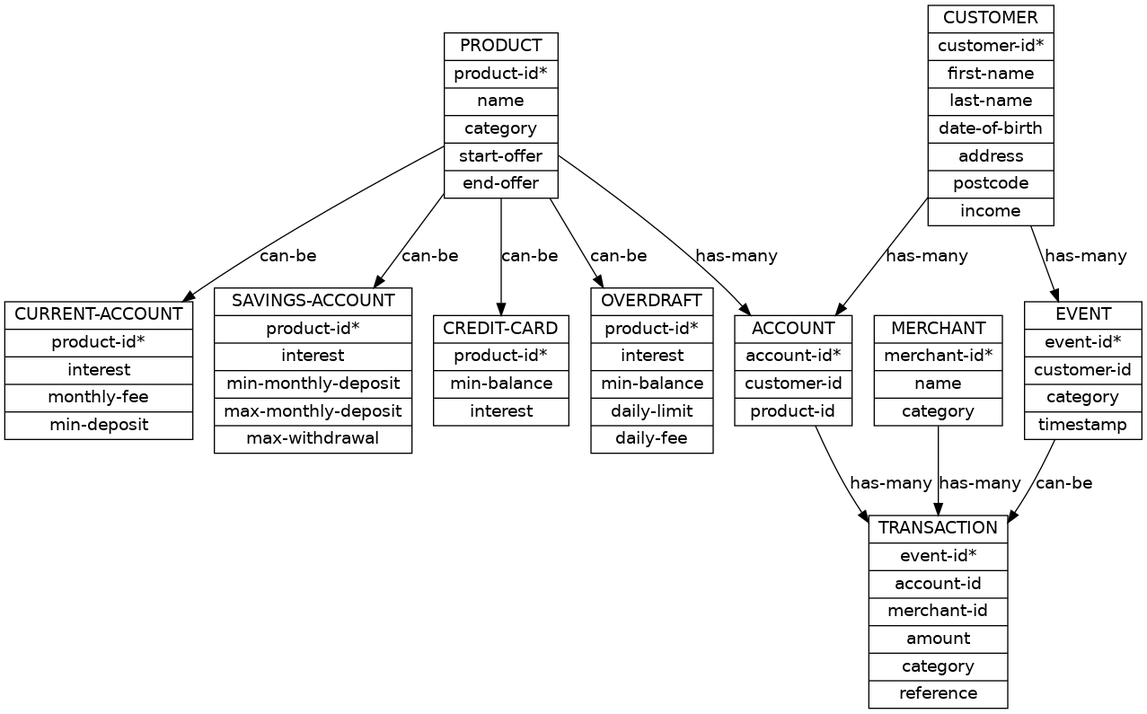
Earlier version of the Graphviz export schema.dot.png (kaidaniel/uom_data). Its source is kept beside it as schema.dot. Its diagram source:
```dot
digraph DatabaseSchema {
    node[shape=record, fontname="Calibri"];
    edge[fontname="Calibri"];
    Product [label="{PRODUCT|product-id*|name|category|start-offer|end-offer}"];
    CurrentAccount [label="{CURRENT-ACCOUNT|product-id*|interest|monthly-fee|min-deposit}"];
    SavingsAccount [label="{SAVINGS-ACCOUNT|product-id*|interest|min-monthly-deposit|max-monthly-deposit|max-withdrawal}"];
    CreditCard [label="{CREDIT-CARD|product-id*|min-balance|interest}"];
    Overdraft [label="{OVERDRAFT|product-id*|interest|min-balance|daily-limit|daily-fee}"]
    Customer [label="{CUSTOMER|customer-id*|first-name|last-name|date-of-birth|address|postcode|income}"];
    Account [label="{ACCOUNT|account-id*|customer-id|product-id}"];
    Transaction [label="{TRANSACTION|event-id*|account-id|merchant-id|amount|category|reference}"];
    Merchant [label="{MERCHANT|merchant-id*|name|category}"]
    Event [label="{EVENT|event-id*|customer-id|category|timestamp}"]

    Product -> SavingsAccount [label="can-be"];
    Product -> CurrentAccount [label="can-be"];
    Product -> CreditCard [label="can-be"];
    Product -> Overdraft [label="can-be"];
    Product -> Account [label="has-many"];

    Customer -> Account [label="has-many"];
    Customer -> Event [label="has-many"];
    Account -> Transaction [label="has-many"];
    Merchant -> Transaction [label="has-many"];
    Event -> Transaction [label="can-be"];
}
```
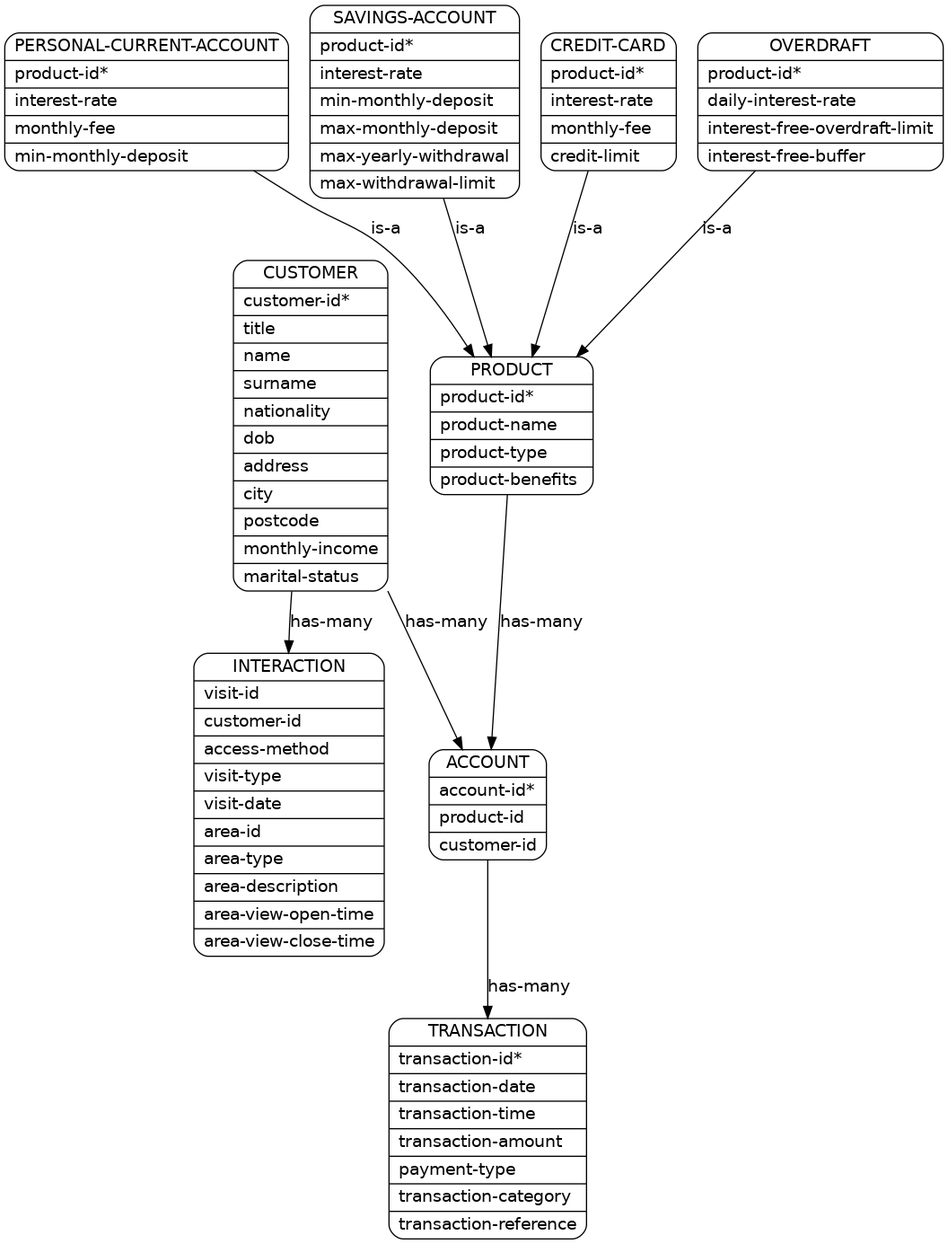
After the change.

Diff of the diagram source:
```diff
@@ -1,26 +1,84 @@
 digraph DatabaseSchema {
-    node[shape=record, fontname="Calibri"];
+    node[shape=Mrecord, fontname="Calibri"];
     edge[fontname="Calibri"];
-    Product [label="{PRODUCT|product-id*|name|category|start-offer|end-offer}"];
-    CurrentAccount [label="{CURRENT-ACCOUNT|product-id*|interest|monthly-fee|min-deposit}"];
-    SavingsAccount [label="{SAVINGS-ACCOUNT|product-id*|interest|min-monthly-deposit|max-monthly-deposit|max-withdrawal}"];
-    CreditCard [label="{CREDIT-CARD|product-id*|min-balance|interest}"];
-    Overdraft [label="{OVERDRAFT|product-id*|interest|min-balance|daily-limit|daily-fee}"]
-    Customer [label="{CUSTOMER|customer-id*|first-name|last-name|date-of-birth|address|postcode|income}"];
-    Account [label="{ACCOUNT|account-id*|customer-id|product-id}"];
-    Transaction [label="{TRANSACTION|event-id*|account-id|merchant-id|amount|category|reference}"];
-    Merchant [label="{MERCHANT|merchant-id*|name|category}"]
-    Event [label="{EVENT|event-id*|customer-id|category|timestamp}"]
+    Product [label="{PRODUCT
+        |product-id* \l
+        |product-name \l
+        |product-type \l
+        |product-benefits \l}"];
+    PersonalCurrentAccount [label="{PERSONAL-CURRENT-ACCOUNT
+        |product-id*\l
+        |interest-rate\l
+        |monthly-fee\l
+        |min-monthly-deposit\l}"];
+    SavingsAccount [label="{SAVINGS-ACCOUNT
+        |product-id*\l
+        |interest-rate\l
+        |min-monthly-deposit\l
+        |max-monthly-deposit\l
+        |max-yearly-withdrawal\l
+        |max-withdrawal-limit\l}"];
+    CreditCard [label="{CREDIT-CARD
+        |product-id*\l
+        |interest-rate\l
+        |monthly-fee\l
+        |credit-limit\l}"];
+    Overdraft [label="{OVERDRAFT
+        |product-id*\l
+        |daily-interest-rate\l
+        |interest-free-overdraft-limit\l
+        |interest-free-buffer\l}"]
+    Customer [label="{CUSTOMER
+        |customer-id*\l
+        |title\l
+        |name\l
+        |surname\l
+        |nationality\l
+        |dob\l
+        |address\l
+        |city\l
+        |postcode\l
+        |monthly-income\l
+        |marital-status\l}"];
+    Account [label="{ACCOUNT
+        |account-id*\l
+        |product-id\l
+        |customer-id\l}"];
+    Transaction [label="{TRANSACTION
+        |transaction-id*\l
+        |account-id\l
+        |transaction-date\l
+        |transaction-time\l
+        |transaction-amount\l
+        |payment-type\l
+        |transaction-category\l
+        |transaction-reference\l}"];
+    Interaction [label="{INTERACTION
+        |visit-id\l
+        |customer-id\l
+        |access-method\l
+        |visit-type\l
+        |visit-date\l
+        |area-id\l
+        |area-type\l
+        |area-description\l
+        |area-view-open-time\l
+        |area-view-close-time\l}"]
 
+/*
     Product -> SavingsAccount [label="can-be"];
-    Product -> CurrentAccount [label="can-be"];
+    Product -> PersonalCurrentAccount [label="can-be"];
     Product -> CreditCard [label="can-be"];
     Product -> Overdraft [label="can-be"];
-    Product -> Account [label="has-many"];
+*/
 
+    SavingsAccount         -> Product [label="is-a"];
+    PersonalCurrentAccount -> Product [label="is-a"];
+    CreditCard             -> Product [label="is-a"];
+    Overdraft              -> Product [label="is-a"];
+
+    Product  -> Account [label="has-many"];
     Customer -> Account [label="has-many"];
-    Customer -> Event [label="has-many"];
-    Account -> Transaction [label="has-many"];
-    Merchant -> Transaction [label="has-many"];
-    Event -> Transaction [label="can-be"];
+    Customer -> Interaction [label="has-many"];
+    Account  -> Transaction [label="has-many"];
 }
```
